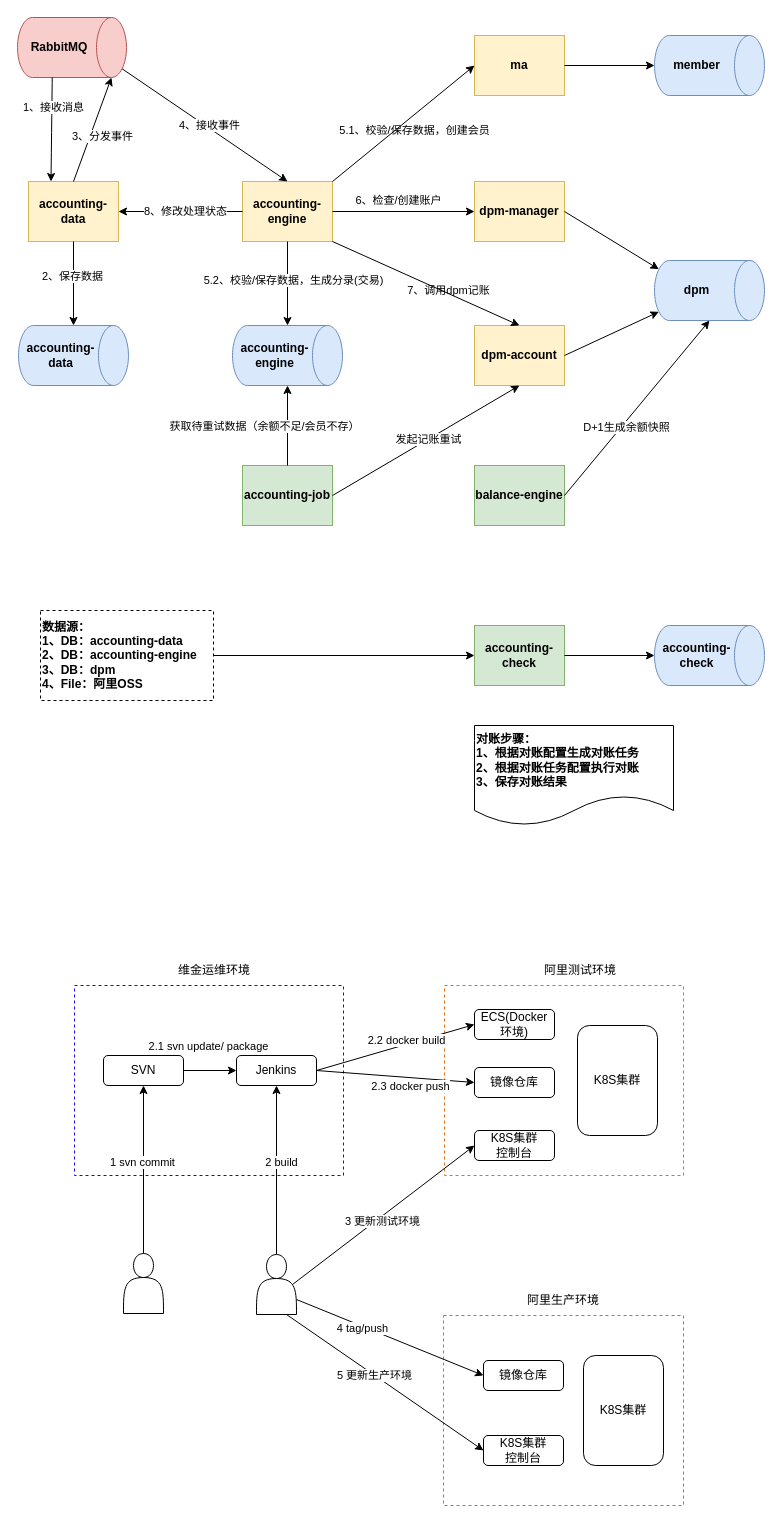
The draw.io diagram gat.drawio in zzfox/pinpoint-issue, before the edit. Source tidied: cells renumbered, new cells numbered last; positions are measured from the earlier drawing's top-left corner, leaving out a move shared by most shapes. Both pictures are drawn from the tidied source at 100%, with x=0, y=0 at pixel (17, 17).
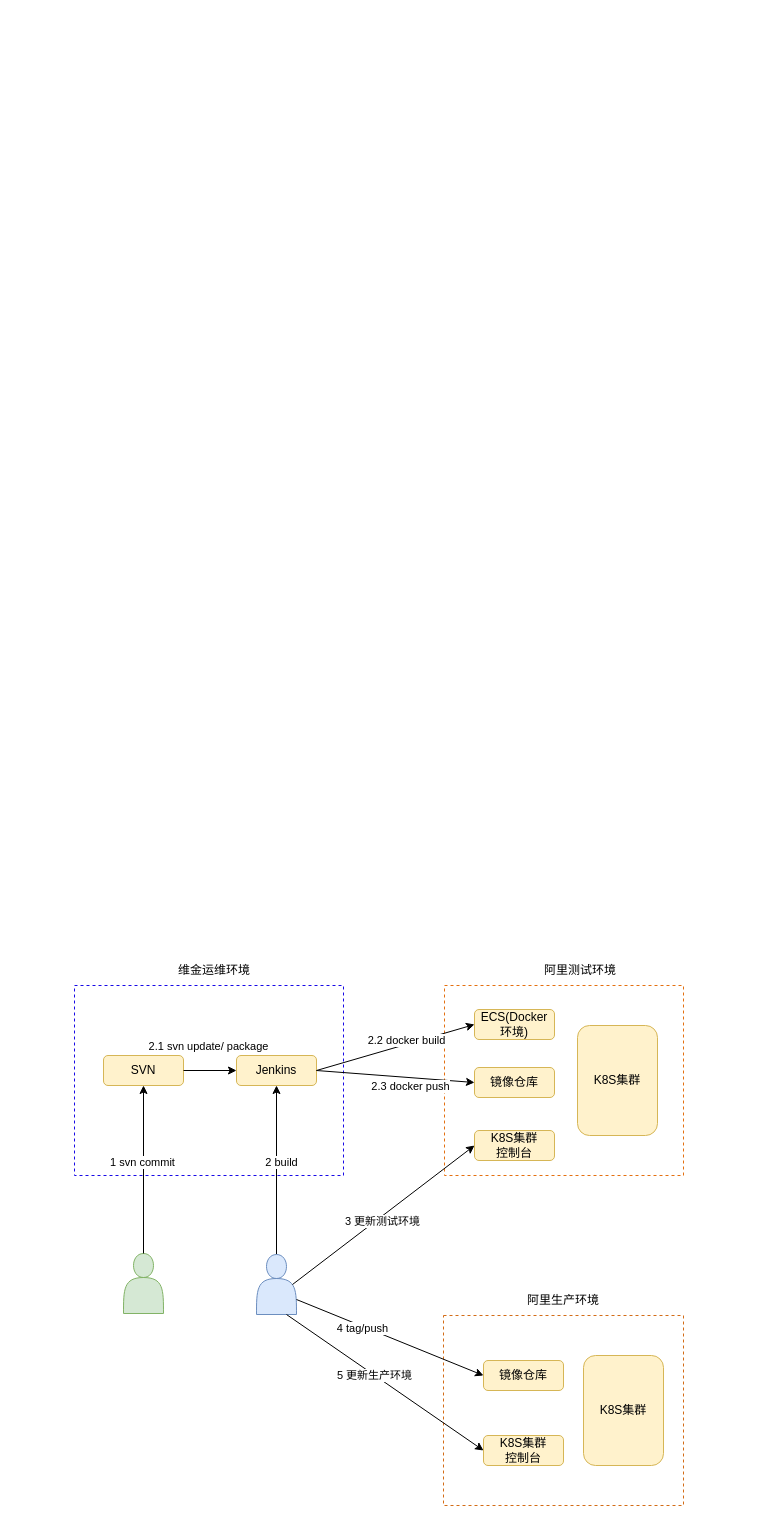
The same diagram, later.

Diff of the diagram source:
```diff
@@
-    <mxCell id="2" value="accounting-data" style="whiteSpace=wrap;align=center;verticalAlign=middle;fontStyle=1;strokeWidth=1;fillColor=#fff2cc;rounded=0;glass=0;shadow=0;fontFamily=Helvetica;labelBackgroundColor=none;labelBorderColor=none;strokeColor=#d6b656;" parent="1" vertex="1">
-      <mxGeometry x="11" y="164" width="90" height="60" as="geometry" />
-    </mxCell>
-    <mxCell id="3" value="accounting-engine" style="whiteSpace=wrap;align=center;verticalAlign=middle;fontStyle=1;strokeWidth=1;fillColor=#fff2cc;rounded=0;glass=0;shadow=0;fontFamily=Helvetica;labelBackgroundColor=none;labelBorderColor=none;strokeColor=#d6b656;" parent="1" vertex="1">
-      <mxGeometry x="225" y="164" width="90" height="60" as="geometry" />
-    </mxCell>
-    <mxCell id="4" value="dpm-manager" style="whiteSpace=wrap;align=center;verticalAlign=middle;fontStyle=1;strokeWidth=1;fillColor=#fff2cc;rounded=0;glass=0;shadow=0;fontFamily=Helvetica;labelBackgroundColor=none;labelBorderColor=none;strokeColor=#d6b656;" parent="1" vertex="1">
-      <mxGeometry x="457" y="164" width="90" height="60" as="geometry" />
-    </mxCell>
-    <mxCell id="5" value="dpm-account" style="whiteSpace=wrap;align=center;verticalAlign=middle;fontStyle=1;strokeWidth=1;fillColor=#fff2cc;rounded=0;glass=0;shadow=0;fontFamily=Helvetica;labelBackgroundColor=none;labelBorderColor=none;strokeColor=#d6b656;" parent="1" vertex="1">
-      <mxGeometry x="457" y="308" width="90" height="60" as="geometry" />
-    </mxCell>
-    <mxCell id="6" value="ma" style="whiteSpace=wrap;align=center;verticalAlign=middle;fontStyle=1;strokeWidth=1;fillColor=#fff2cc;rounded=0;glass=0;shadow=0;fontFamily=Helvetica;labelBackgroundColor=none;labelBorderColor=none;strokeColor=#d6b656;" parent="1" vertex="1">
-      <mxGeometry x="457" y="18" width="90" height="60" as="geometry" />
-    </mxCell>
-    <mxCell id="7" value="accounting-check" style="whiteSpace=wrap;align=center;verticalAlign=middle;fontStyle=1;strokeWidth=1;fillColor=#d5e8d4;rounded=0;strokeColor=#82b366;glass=0;shadow=0;fontFamily=Helvetica;labelBackgroundColor=none;labelBorderColor=none;" parent="1" vertex="1">
-      <mxGeometry x="457" y="608" width="90" height="60" as="geometry" />
-    </mxCell>
-    <mxCell id="8" value="balance-engine" style="whiteSpace=wrap;align=center;verticalAlign=middle;fontStyle=1;strokeWidth=1;fillColor=#d5e8d4;rounded=0;strokeColor=#82b366;glass=0;shadow=0;fontFamily=Helvetica;labelBackgroundColor=none;labelBorderColor=none;" parent="1" vertex="1">
-      <mxGeometry x="457" y="448" width="90" height="60" as="geometry" />
-    </mxCell>
-    <mxCell id="9" value="accounting-job" style="whiteSpace=wrap;align=center;verticalAlign=middle;fontStyle=1;strokeWidth=1;fillColor=#d5e8d4;rounded=0;strokeColor=#82b366;glass=0;shadow=0;fontFamily=Helvetica;labelBackgroundColor=none;labelBorderColor=none;" parent="1" vertex="1">
-      <mxGeometry x="225" y="448" width="90" height="60" as="geometry" />
-    </mxCell>
-    <mxCell id="10" value="&lt;b&gt;RabbitMQ&lt;/b&gt;" style="shape=cylinder3;whiteSpace=wrap;html=1;boundedLbl=1;backgroundOutline=1;size=15;direction=north;flipH=1;fillColor=#f8cecc;strokeColor=#b85450;" parent="1" vertex="1">
-      <mxGeometry width="109" height="60" as="geometry" />
-    </mxCell>
-    <mxCell id="11" value="&lt;b&gt;accounting-data&lt;/b&gt;" style="shape=cylinder3;whiteSpace=wrap;html=1;boundedLbl=1;backgroundOutline=1;size=15;direction=north;flipH=1;fillColor=#dae8fc;strokeColor=#6c8ebf;" parent="1" vertex="1">
-      <mxGeometry x="1" y="308" width="110" height="60" as="geometry" />
-    </mxCell>
-    <mxCell id="12" style="endArrow=classic;html=1;exitX=0;exitY=0;exitDx=0;exitDy=74.25;exitPerimeter=0;curved=1;entryX=0.25;entryY=0;entryDx=0;entryDy=0;" parent="1" edge="1" source="10" target="2">
-      <mxGeometry relative="1" as="geometry" />
-    </mxCell>
-    <mxCell id="13" value="1、接收消息" style="edgeLabel;html=1;align=center;verticalAlign=middle;" parent="12" vertex="1">
-      <mxGeometry x="-0.1" y="2" relative="1" as="geometry">
-        <mxPoint x="-1" y="-18" as="offset" />
-      </mxGeometry>
-    </mxCell>
-    <mxCell id="14" style="endArrow=classic;html=1;entryX=1;entryY=0.5;entryDx=0;entryDy=0;exitX=0.5;exitY=1;exitDx=0;exitDy=0;entryPerimeter=0;rounded=0;" parent="1" edge="1" source="2" target="11">
-      <mxGeometry relative="1" as="geometry" />
-    </mxCell>
-    <mxCell id="15" value="2、保存数据" style="edgeLabel;html=1;align=center;verticalAlign=middle;" parent="14" vertex="1">
-      <mxGeometry x="-0.19" y="-2" relative="1" as="geometry" />
-    </mxCell>
-    <mxCell id="16" style="endArrow=classic;html=1;rounded=0;entryX=0;entryY=0;entryDx=0;entryDy=15;entryPerimeter=0;exitX=0.5;exitY=0;exitDx=0;exitDy=0;" parent="1" edge="1" source="2" target="10">
-      <mxGeometry relative="1" as="geometry" />
-    </mxCell>
-    <mxCell id="17" value="3、分发事件" style="edgeLabel;html=1;align=center;verticalAlign=middle;" parent="16" vertex="1">
-      <mxGeometry x="0.1" y="-2" relative="1" as="geometry">
-        <mxPoint x="6" y="11" as="offset" />
-      </mxGeometry>
-    </mxCell>
-    <mxCell id="18" style="endArrow=classic;html=1;rounded=0;exitX=0.145;exitY=0;exitDx=0;exitDy=4.35;exitPerimeter=0;entryX=0.5;entryY=0;entryDx=0;entryDy=0;" parent="1" edge="1" source="10" target="3">
-      <mxGeometry relative="1" as="geometry" />
-    </mxCell>
-    <mxCell id="19" value="4、接收事件" style="edgeLabel;html=1;align=center;verticalAlign=middle;" parent="18" vertex="1">
-      <mxGeometry x="-0.05" relative="1" as="geometry">
-        <mxPoint x="8" y="3" as="offset" />
-      </mxGeometry>
-    </mxCell>
-    <mxCell id="20" value="&lt;b&gt;accounting-engine&lt;/b&gt;" style="shape=cylinder3;whiteSpace=wrap;html=1;boundedLbl=1;backgroundOutline=1;size=15;direction=north;flipH=1;fillColor=#dae8fc;strokeColor=#6c8ebf;" parent="1" vertex="1">
-      <mxGeometry x="215" y="308" width="110" height="60" as="geometry" />
-    </mxCell>
-    <mxCell id="21" style="endArrow=classic;html=1;rounded=0;exitX=0.5;exitY=1;exitDx=0;exitDy=0;entryX=1;entryY=0.5;entryDx=0;entryDy=0;entryPerimeter=0;" parent="1" edge="1" source="3" target="20">
-      <mxGeometry relative="1" as="geometry" />
-    </mxCell>
-    <mxCell id="22" value="5.2、校验/保存数据，生成分录(交易)" style="edgeLabel;html=1;align=center;verticalAlign=middle;" parent="21" vertex="1">
-      <mxGeometry x="-0.28" y="-4" relative="1" as="geometry">
-        <mxPoint x="9" y="8" as="offset" />
-      </mxGeometry>
-    </mxCell>
-    <mxCell id="23" value="6、检查/创建账户" style="edgeLabel;html=1;align=center;verticalAlign=middle;" parent="21" vertex="1">
-      <mxGeometry x="-0.28" y="-4" relative="1" as="geometry">
-        <mxPoint x="114" y="-72" as="offset" />
-      </mxGeometry>
-    </mxCell>
-    <mxCell id="24" value="5.1、校验/保存数据，创建会员" style="edgeLabel;html=1;align=center;verticalAlign=middle;" parent="21" vertex="1">
-      <mxGeometry x="-0.28" y="-4" relative="1" as="geometry">
-        <mxPoint x="130" y="-142" as="offset" />
-      </mxGeometry>
-    </mxCell>
-    <mxCell id="25" value="7、调用dpm记账" style="edgeLabel;html=1;align=center;verticalAlign=middle;" parent="21" vertex="1">
-      <mxGeometry x="-0.28" y="-4" relative="1" as="geometry">
-        <mxPoint x="164" y="18" as="offset" />
-      </mxGeometry>
-    </mxCell>
-    <mxCell id="26" style="endArrow=classic;html=1;rounded=0;exitX=1;exitY=0.5;exitDx=0;exitDy=0;entryX=0;entryY=0.5;entryDx=0;entryDy=0;" parent="1" edge="1" source="3" target="4">
-      <mxGeometry relative="1" as="geometry" />
-    </mxCell>
-    <mxCell id="27" value="&lt;b&gt;member&lt;/b&gt;" style="shape=cylinder3;whiteSpace=wrap;html=1;boundedLbl=1;backgroundOutline=1;size=15;direction=north;flipH=1;fillColor=#dae8fc;strokeColor=#6c8ebf;" parent="1" vertex="1">
-      <mxGeometry x="637" y="18" width="110" height="60" as="geometry" />
-    </mxCell>
-    <mxCell id="28" value="&lt;b&gt;dpm&lt;/b&gt;" style="shape=cylinder3;whiteSpace=wrap;html=1;boundedLbl=1;backgroundOutline=1;size=15;direction=north;flipH=1;fillColor=#dae8fc;strokeColor=#6c8ebf;" parent="1" vertex="1">
-      <mxGeometry x="637" y="243" width="110" height="60" as="geometry" />
-    </mxCell>
-    <mxCell id="29" style="endArrow=classic;html=1;rounded=0;exitX=1;exitY=0;exitDx=0;exitDy=0;entryX=0;entryY=0.5;entryDx=0;entryDy=0;" parent="1" edge="1" source="3" target="6">
-      <mxGeometry relative="1" as="geometry" />
-    </mxCell>
-    <mxCell id="30" style="endArrow=classic;html=1;rounded=0;exitX=1;exitY=1;exitDx=0;exitDy=0;entryX=0.5;entryY=0;entryDx=0;entryDy=0;" parent="1" edge="1" source="3" target="5">
-      <mxGeometry relative="1" as="geometry" />
-    </mxCell>
-    <mxCell id="31" style="endArrow=classic;html=1;rounded=0;entryX=0.5;entryY=1;entryDx=0;entryDy=0;entryPerimeter=0;exitX=1;exitY=0.5;exitDx=0;exitDy=0;" parent="1" edge="1" source="6" target="27">
-      <mxGeometry relative="1" as="geometry" />
-    </mxCell>
-    <mxCell id="32" style="endArrow=classic;html=1;rounded=0;exitX=1;exitY=0.5;exitDx=0;exitDy=0;entryX=0.855;entryY=1;entryDx=0;entryDy=-4.35;entryPerimeter=0;" parent="1" edge="1" source="4" target="28">
-      <mxGeometry relative="1" as="geometry" />
-    </mxCell>
-    <mxCell id="33" style="endArrow=classic;html=1;rounded=0;exitX=1;exitY=0.5;exitDx=0;exitDy=0;entryX=0.145;entryY=1;entryDx=0;entryDy=-4.35;entryPerimeter=0;" parent="1" edge="1" source="5" target="28">
-      <mxGeometry relative="1" as="geometry" />
-    </mxCell>
-    <mxCell id="34" value="&lt;b&gt;accounting-check&lt;/b&gt;" style="shape=cylinder3;whiteSpace=wrap;html=1;boundedLbl=1;backgroundOutline=1;size=15;direction=north;flipH=1;fillColor=#dae8fc;strokeColor=#6c8ebf;" parent="1" vertex="1">
-      <mxGeometry x="637" y="608" width="110" height="60" as="geometry" />
-    </mxCell>
-    <mxCell id="35" style="endArrow=classic;html=1;rounded=0;entryX=1;entryY=0.5;entryDx=0;entryDy=0;exitX=0;exitY=0.5;exitDx=0;exitDy=0;" parent="1" edge="1" source="3" target="2">
-      <mxGeometry relative="1" as="geometry" />
-    </mxCell>
-    <mxCell id="36" value="8、修改处理状态" style="edgeLabel;html=1;align=center;verticalAlign=middle;" parent="35" vertex="1">
-      <mxGeometry x="-0.26" y="-1" relative="1" as="geometry">
-        <mxPoint x="-12" as="offset" />
-      </mxGeometry>
-    </mxCell>
-    <mxCell id="37" style="endArrow=classic;html=1;rounded=0;exitX=0.5;exitY=0;exitDx=0;exitDy=0;entryX=0;entryY=0.5;entryDx=0;entryDy=0;entryPerimeter=0;" parent="1" edge="1" source="9" target="20">
-      <mxGeometry relative="1" as="geometry" />
-    </mxCell>
-    <mxCell id="38" value="获取待重试数据（余额不足/会员不存）" style="edgeLabel;html=1;align=center;verticalAlign=middle;" parent="37" vertex="1">
-      <mxGeometry x="0.07" relative="1" as="geometry">
-        <mxPoint x="-24" y="3" as="offset" />
-      </mxGeometry>
-    </mxCell>
-    <mxCell id="39" style="endArrow=classic;html=1;rounded=0;exitX=1;exitY=0.5;exitDx=0;exitDy=0;entryX=0.5;entryY=1;entryDx=0;entryDy=0;" parent="1" edge="1" source="9" target="5">
-      <mxGeometry relative="1" as="geometry" />
-    </mxCell>
-    <mxCell id="40" value="发起记账重试" style="edgeLabel;html=1;align=center;verticalAlign=middle;" parent="39" vertex="1">
-      <mxGeometry x="0.02" relative="1" as="geometry" />
-    </mxCell>
-    <mxCell id="41" style="endArrow=classic;html=1;rounded=0;exitX=1;exitY=0.5;exitDx=0;exitDy=0;entryX=0;entryY=0.5;entryDx=0;entryDy=0;entryPerimeter=0;" parent="1" edge="1" source="8" target="28">
-      <mxGeometry relative="1" as="geometry" />
-    </mxCell>
-    <mxCell id="42" value="D+1生成余额快照" style="edgeLabel;html=1;align=center;verticalAlign=middle;" parent="41" vertex="1">
-      <mxGeometry x="-0.19" y="-4" relative="1" as="geometry" />
-    </mxCell>
-    <mxCell id="43" value="数据源：&#10;1、DB：accounting-data&#10;2、DB：accounting-engine&#10;3、DB：dpm&#10;4、File：阿里OSS" style="whiteSpace=wrap;align=left;verticalAlign=middle;fontStyle=1;strokeWidth=1;rounded=0;glass=0;shadow=0;fontFamily=Helvetica;labelBackgroundColor=none;labelBorderColor=none;dashed=1;" parent="1" vertex="1">
-      <mxGeometry x="23" y="593" width="173" height="90" as="geometry" />
-    </mxCell>
-    <mxCell id="44" style="endArrow=classic;html=1;rounded=0;exitX=1;exitY=0.5;exitDx=0;exitDy=0;entryX=0;entryY=0.5;entryDx=0;entryDy=0;" parent="1" edge="1" source="43" target="7">
-      <mxGeometry relative="1" as="geometry" />
-    </mxCell>
-    <mxCell id="45" style="endArrow=classic;html=1;rounded=0;entryX=0.5;entryY=1;entryDx=0;entryDy=0;entryPerimeter=0;exitX=1;exitY=0.5;exitDx=0;exitDy=0;" parent="1" edge="1" source="7" target="34">
-      <mxGeometry relative="1" as="geometry" />
-    </mxCell>
-    <mxCell id="46" value="&lt;b&gt;&lt;span style=&quot;background-color: initial;&quot;&gt;对账步骤：&lt;br&gt;1、根据对账配置生成对账任务&lt;/span&gt;&lt;br&gt;&lt;span style=&quot;background-color: initial;&quot;&gt;2、根据对账任务配置执行对账&lt;/span&gt;&lt;br&gt;&lt;span style=&quot;background-color: initial;&quot;&gt;3、保存对账结果&lt;/span&gt;&lt;/b&gt;" style="shape=document;whiteSpace=wrap;html=1;boundedLbl=1;align=left;" parent="1" vertex="1">
-      <mxGeometry x="457" y="708" width="199" height="100" as="geometry" />
-    </mxCell>
@@
-    <mxCell id="53" value="SVN" style="rounded=1;whiteSpace=wrap;html=1;" parent="1" vertex="1">
+    <mxCell id="53" value="SVN" style="rounded=1;whiteSpace=wrap;html=1;fillColor=#fff2cc;strokeColor=#d6b656;" parent="1" vertex="1">
       <mxGeometry x="86" y="1038" width="80" height="30" as="geometry" />
     </mxCell>
-    <mxCell id="54" value="Jenkins" style="rounded=1;whiteSpace=wrap;html=1;" parent="1" vertex="1">
+    <mxCell id="54" value="Jenkins" style="rounded=1;whiteSpace=wrap;html=1;fillColor=#fff2cc;strokeColor=#d6b656;" parent="1" vertex="1">
       <mxGeometry x="219" y="1038" width="80" height="30" as="geometry" />
     </mxCell>
-    <mxCell id="55" value="镜像仓库" style="rounded=1;whiteSpace=wrap;html=1;" parent="1" vertex="1">
+    <mxCell id="55" value="镜像仓库" style="rounded=1;whiteSpace=wrap;html=1;fillColor=#fff2cc;strokeColor=#d6b656;" parent="1" vertex="1">
       <mxGeometry x="457" y="1050" width="80" height="30" as="geometry" />
     </mxCell>
-    <mxCell id="56" value="K8S集群" style="rounded=1;whiteSpace=wrap;html=1;" parent="1" vertex="1">
+    <mxCell id="56" value="K8S集群" style="rounded=1;whiteSpace=wrap;html=1;fillColor=#fff2cc;strokeColor=#d6b656;" parent="1" vertex="1">
       <mxGeometry x="560" y="1008" width="80" height="110" as="geometry" />
     </mxCell>
-    <mxCell id="57" value="ECS(Docker环境)" style="rounded=1;whiteSpace=wrap;html=1;" parent="1" vertex="1">
+    <mxCell id="57" value="ECS(Docker环境)" style="rounded=1;whiteSpace=wrap;html=1;fillColor=#fff2cc;strokeColor=#d6b656;" parent="1" vertex="1">
       <mxGeometry x="457" y="992" width="80" height="30" as="geometry" />
     </mxCell>
-    <mxCell id="58" value="镜像仓库" style="rounded=1;whiteSpace=wrap;html=1;" parent="1" vertex="1">
+    <mxCell id="58" value="镜像仓库" style="rounded=1;whiteSpace=wrap;html=1;fillColor=#fff2cc;strokeColor=#d6b656;" parent="1" vertex="1">
       <mxGeometry x="466" y="1343" width="80" height="30" as="geometry" />
     </mxCell>
-    <mxCell id="59" value="K8S集群" style="rounded=1;whiteSpace=wrap;html=1;" parent="1" vertex="1">
+    <mxCell id="59" value="K8S集群" style="rounded=1;whiteSpace=wrap;html=1;fillColor=#fff2cc;strokeColor=#d6b656;" parent="1" vertex="1">
       <mxGeometry x="566" y="1338" width="80" height="110" as="geometry" />
     </mxCell>
-    <mxCell id="60" style="shape=actor;whiteSpace=wrap;html=1;" parent="1" vertex="1">
+    <mxCell id="60" style="shape=actor;whiteSpace=wrap;html=1;fillColor=#d5e8d4;strokeColor=#82b366;" parent="1" vertex="1">
       <mxGeometry x="106" y="1236" width="40" height="60" as="geometry" />
     </mxCell>
@@
-    <mxCell id="63" value="K8S集群&lt;br&gt;控制台" style="rounded=1;whiteSpace=wrap;html=1;" parent="1" vertex="1">
+    <mxCell id="63" value="K8S集群&lt;br&gt;控制台" style="rounded=1;whiteSpace=wrap;html=1;fillColor=#fff2cc;strokeColor=#d6b656;" parent="1" vertex="1">
       <mxGeometry x="457" y="1113" width="80" height="30" as="geometry" />
     </mxCell>
-    <mxCell id="64" value="K8S集群&lt;br&gt;控制台" style="rounded=1;whiteSpace=wrap;html=1;" parent="1" vertex="1">
+    <mxCell id="64" value="K8S集群&lt;br&gt;控制台" style="rounded=1;whiteSpace=wrap;html=1;fillColor=#fff2cc;strokeColor=#d6b656;" parent="1" vertex="1">
       <mxGeometry x="466" y="1418" width="80" height="30" as="geometry" />
     </mxCell>
@@
-    <mxCell id="71" style="shape=actor;whiteSpace=wrap;html=1;" parent="1" vertex="1">
+    <mxCell id="71" style="shape=actor;whiteSpace=wrap;html=1;fillColor=#dae8fc;strokeColor=#6c8ebf;" parent="1" vertex="1">
       <mxGeometry x="239" y="1237" width="40" height="60" as="geometry" />
     </mxCell>
```
